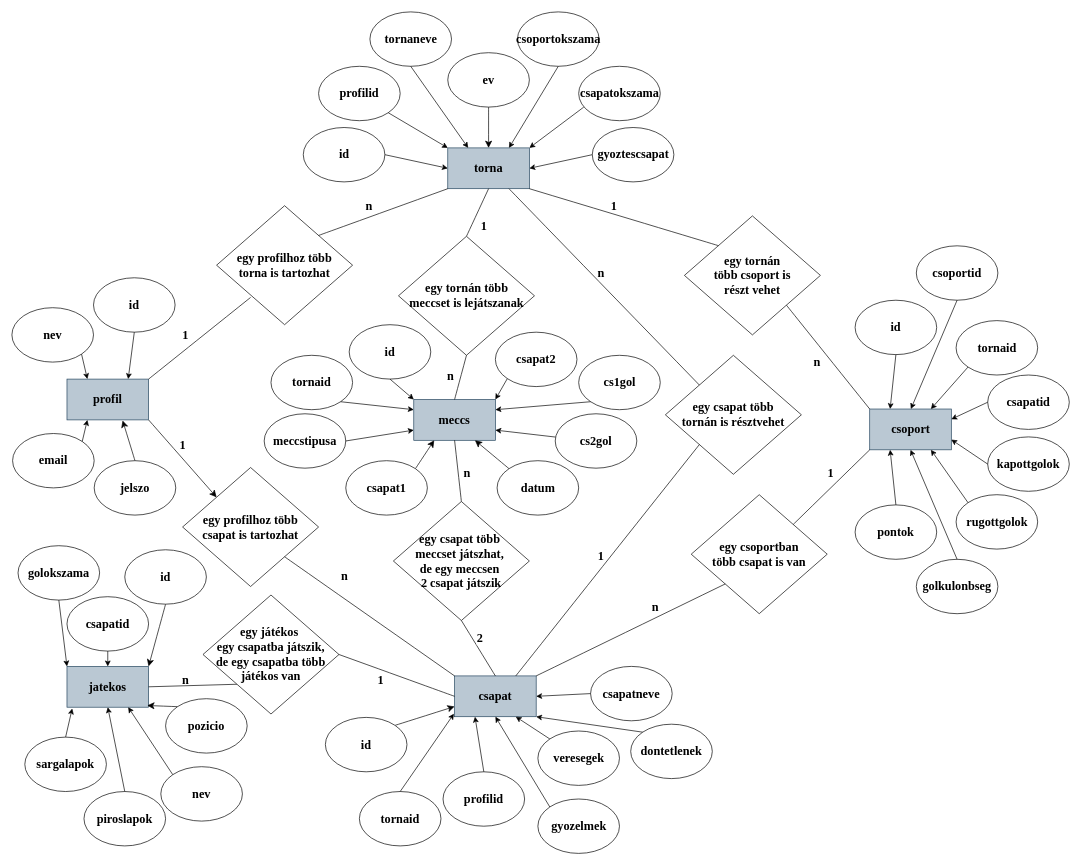
Earlier version of the draw.io diagram dokumentacio/ER_diagram.drawio (ScoreSchool-projekt/Projekt). Source tidied: cells renumbered, new cells numbered last; positions are measured from the earlier drawing's top-left corner, leaving out a move shared by most shapes. Both pictures are drawn from the tidied source at 68%, with x=0, y=0 at pixel (12, 12).
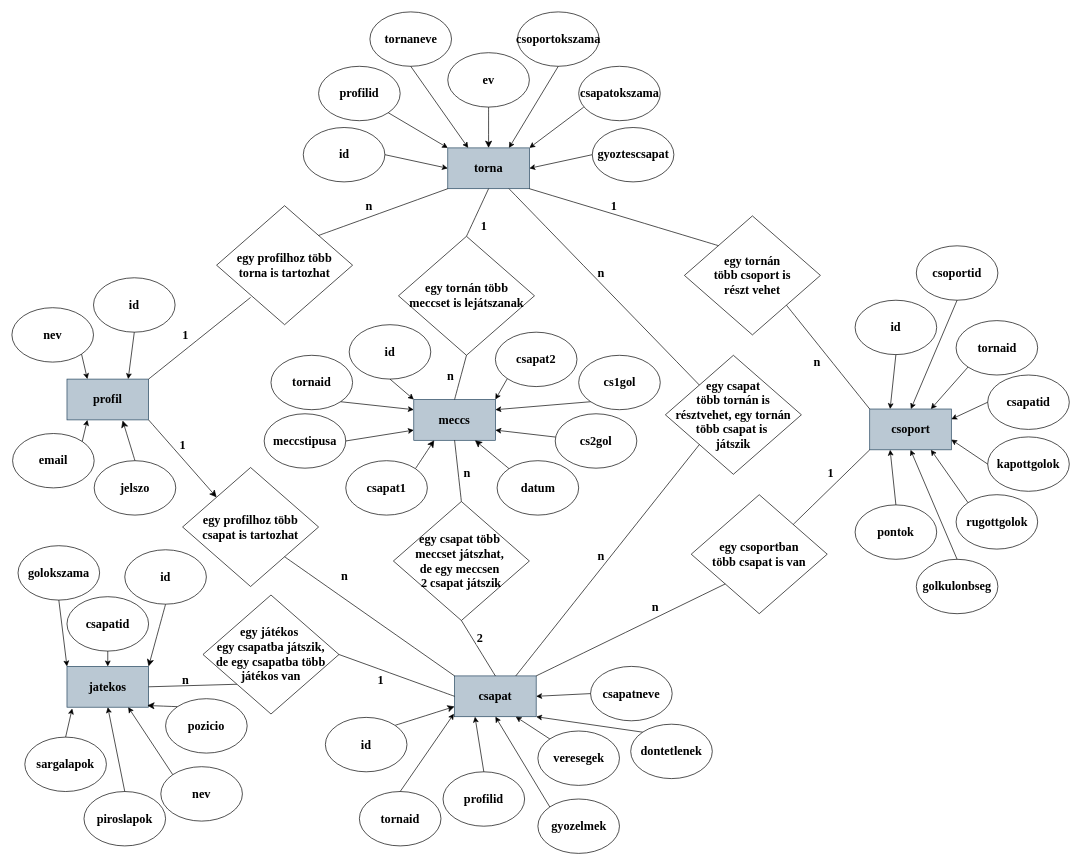
Above is the later version.

The edit, as a diff of the source:
```diff
@@
-    <mxCell id="82" value="egy csapat több&lt;div&gt;tornán is résztvehet&lt;/div&gt;" style="rhombus;strokeWidth=1;fontStyle=1;fontSize=18;verticalAlign=middle;whiteSpace=wrap;html=1;horizontal=1;fontFamily=Times New Roman;align=center;" parent="1" vertex="1">
+    <mxCell id="82" value="egy csapat&lt;div&gt;több&amp;nbsp;&lt;span style=&quot;background-color: transparent; color: light-dark(rgb(0, 0, 0), rgb(255, 255, 255));&quot;&gt;tornán is&lt;/span&gt;&lt;/div&gt;&lt;div&gt;&lt;span style=&quot;background-color: transparent; color: light-dark(rgb(0, 0, 0), rgb(255, 255, 255));&quot;&gt;résztvehet,&amp;nbsp;&lt;/span&gt;&lt;span style=&quot;background-color: transparent; color: light-dark(rgb(0, 0, 0), rgb(255, 255, 255));&quot;&gt;egy tornán több&amp;nbsp;&lt;/span&gt;&lt;span style=&quot;background-color: transparent; color: light-dark(rgb(0, 0, 0), rgb(255, 255, 255));&quot;&gt;csapat is&amp;nbsp;&lt;/span&gt;&lt;/div&gt;&lt;div&gt;&lt;span style=&quot;background-color: transparent; color: light-dark(rgb(0, 0, 0), rgb(255, 255, 255));&quot;&gt;játszik&lt;/span&gt;&lt;/div&gt;" style="rhombus;strokeWidth=1;fontStyle=1;fontSize=18;verticalAlign=middle;whiteSpace=wrap;html=1;horizontal=1;fontFamily=Times New Roman;align=center;" parent="1" vertex="1">
       <mxGeometry x="961" y="505" width="200" height="175" as="geometry" />
     </mxCell>
@@
-    <mxCell id="110" value="1" style="text;html=1;align=center;verticalAlign=middle;strokeColor=none;fillColor=none;fontSize=18;fontStyle=1;fontFamily=Times New Roman;" parent="1" vertex="1">
+    <mxCell id="110" value="n" style="text;html=1;align=center;verticalAlign=middle;strokeColor=none;fillColor=none;fontSize=18;fontStyle=1;fontFamily=Times New Roman;" parent="1" vertex="1">
       <mxGeometry x="851" y="780" width="30" height="40" as="geometry" />
     </mxCell>
```
